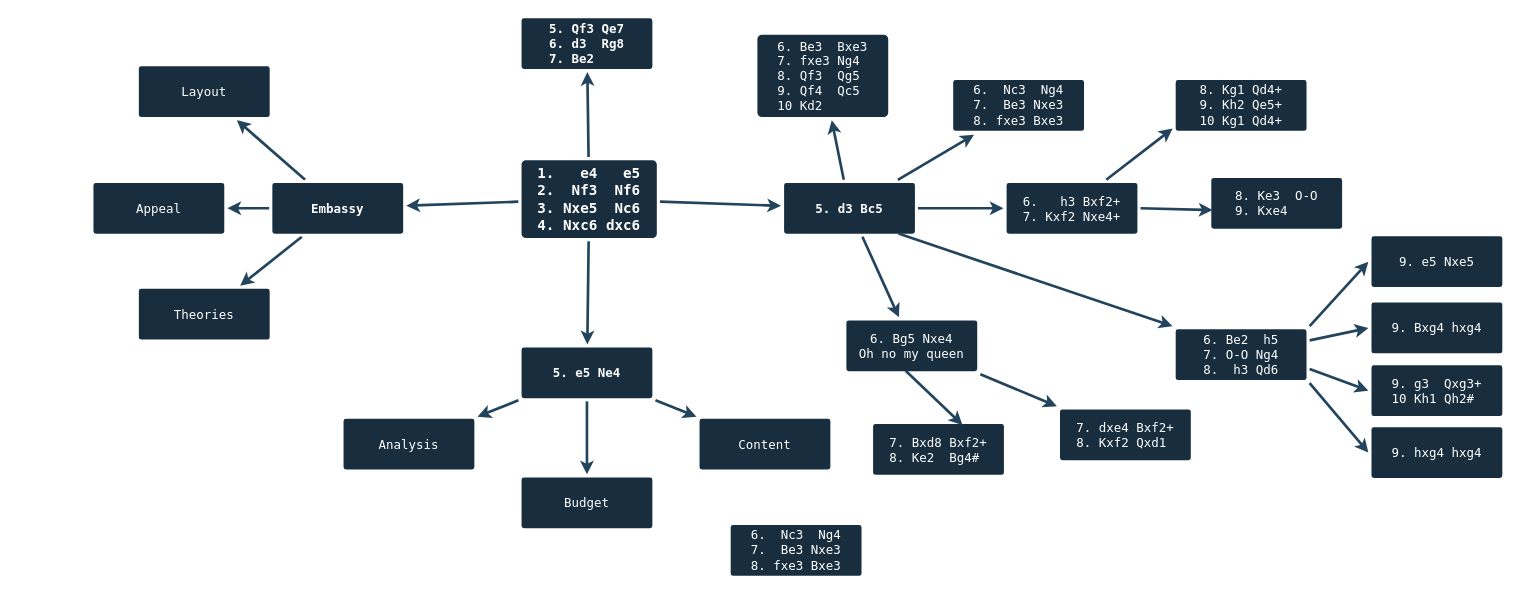
Above: Untitled Diagram.drawio in xetenigune/endothermic-cretoxyrhina (draw.io), before the change. Source tidied: cells renumbered, new cells numbered last; positions are measured from the earlier drawing's top-left corner, leaving out a move shared by most shapes. Both pictures are drawn from the tidied source at 89%, with x=0, y=0 at pixel (92, 16).
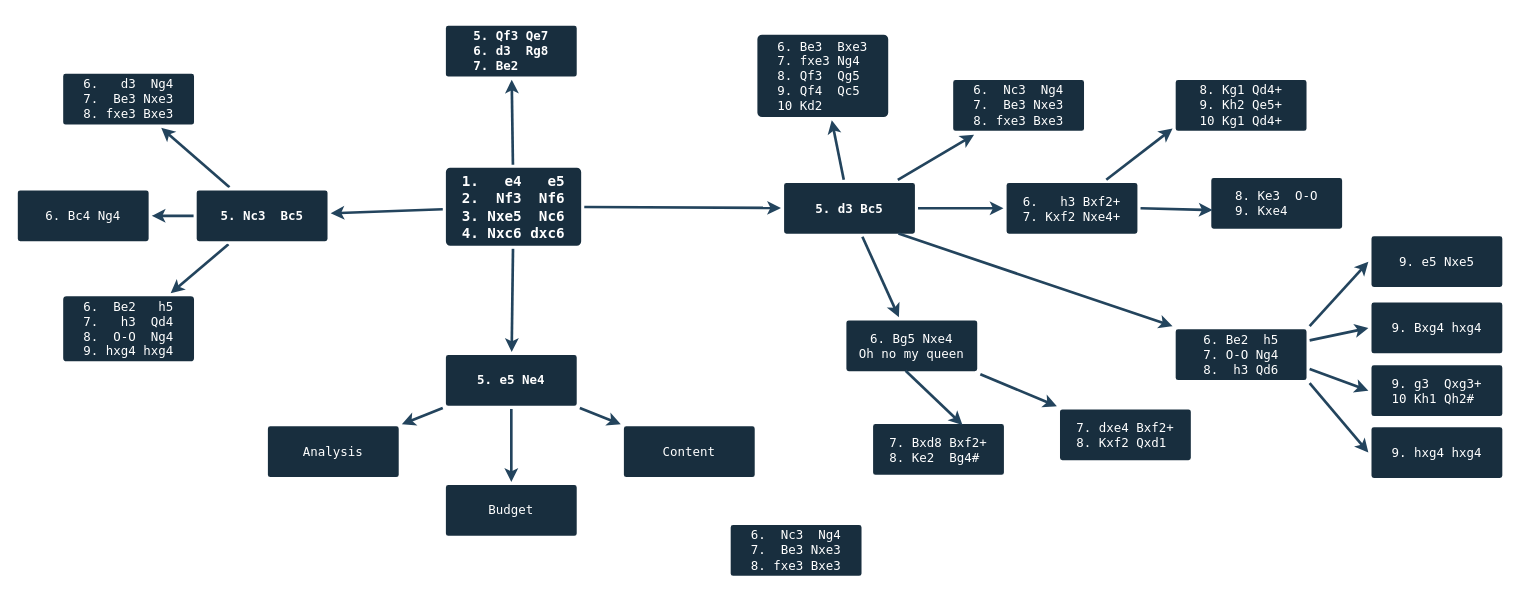
After the change.

Diff of the diagram source:
```diff
@@
     <mxCell id="6" value="&lt;font&gt;1.&amp;nbsp; &amp;nbsp;e4&amp;nbsp; &amp;nbsp;e5&lt;br&gt;2.&amp;nbsp; Nf3&amp;nbsp; Nf6&lt;br&gt;3. Nxe5&amp;nbsp; Nc6&lt;br&gt;4. Nxc6 dxc6&lt;br&gt;&lt;/font&gt;" style="rounded=1;whiteSpace=wrap;html=1;shadow=0;labelBackgroundColor=none;strokeColor=#FFFFFF;strokeWidth=3;fillColor=#182E3E;fontFamily=Lucida Console;fontSize=16;fontColor=#FFFFFF;align=center;fontStyle=1;spacing=5;arcSize=7;perimeterSpacing=2;" parent="1" vertex="1">
-      <mxGeometry x="481" y="160" width="155" height="90.5" as="geometry" />
+      <mxGeometry x="396" y="168.5" width="155" height="90.5" as="geometry" />
     </mxCell>
@@
-    <mxCell id="10" value="Embassy" style="rounded=1;whiteSpace=wrap;html=1;shadow=0;labelBackgroundColor=none;strokeColor=#FFFFFF;strokeWidth=3;fillColor=#182E3E;fontFamily=Lucida Console;fontSize=14;fontColor=#FFFFFF;align=center;spacing=5;fontStyle=1;arcSize=7;perimeterSpacing=2;" parent="1" vertex="1">
-      <mxGeometry x="201" y="185.5" width="150" height="60" as="geometry" />
+    <mxCell id="10" value="5. Nc3&amp;nbsp; Bc5" style="rounded=1;whiteSpace=wrap;html=1;shadow=0;labelBackgroundColor=none;strokeColor=#FFFFFF;strokeWidth=3;fillColor=#182E3E;fontFamily=Lucida Console;fontSize=14;fontColor=#FFFFFF;align=center;spacing=5;fontStyle=1;arcSize=7;perimeterSpacing=2;" parent="1" vertex="1">
+      <mxGeometry x="116" y="194" width="150" height="60" as="geometry" />
     </mxCell>
-    <mxCell id="11" value="Theories" style="rounded=1;whiteSpace=wrap;html=1;shadow=0;labelBackgroundColor=none;strokeColor=#FFFFFF;strokeWidth=3;fillColor=#182E3E;fontFamily=Lucida Console;fontSize=14;fontColor=#FFFFFF;align=center;spacing=5;fontStyle=0;arcSize=7;perimeterSpacing=2;" parent="1" vertex="1">
-      <mxGeometry x="51" y="304.5" width="150" height="60" as="geometry" />
+    <mxCell id="11" value="6.&amp;nbsp; Be2&amp;nbsp; &amp;nbsp;h5&lt;br&gt;7.&amp;nbsp; &amp;nbsp;h3&amp;nbsp; Qd4&lt;br&gt;8.&amp;nbsp; O-O&amp;nbsp; Ng4&lt;br&gt;9. hxg4 hxg4" style="rounded=1;whiteSpace=wrap;html=1;shadow=0;labelBackgroundColor=none;strokeColor=#FFFFFF;strokeWidth=3;fillColor=#182E3E;fontFamily=Lucida Console;fontSize=14;fontColor=#FFFFFF;align=center;spacing=5;fontStyle=0;arcSize=7;perimeterSpacing=2;" parent="1" vertex="1">
+      <mxGeometry x="-34" y="313" width="150" height="76" as="geometry" />
     </mxCell>
-    <mxCell id="12" value="Appeal" style="rounded=1;whiteSpace=wrap;html=1;shadow=0;labelBackgroundColor=none;strokeColor=#FFFFFF;strokeWidth=3;fillColor=#182E3E;fontFamily=Lucida Console;fontSize=14;fontColor=#FFFFFF;align=center;spacing=5;fontStyle=0;arcSize=7;perimeterSpacing=2;" parent="1" vertex="1">
-      <mxGeometry y="185.5" width="150" height="60" as="geometry" />
+    <mxCell id="12" value="6. Bc4 Ng4" style="rounded=1;whiteSpace=wrap;html=1;shadow=0;labelBackgroundColor=none;strokeColor=#FFFFFF;strokeWidth=3;fillColor=#182E3E;fontFamily=Lucida Console;fontSize=14;fontColor=#FFFFFF;align=center;spacing=5;fontStyle=0;arcSize=7;perimeterSpacing=2;" parent="1" vertex="1">
+      <mxGeometry x="-85" y="194" width="150" height="60" as="geometry" />
     </mxCell>
-    <mxCell id="13" value="Layout" style="rounded=1;whiteSpace=wrap;html=1;shadow=0;labelBackgroundColor=none;strokeColor=#FFFFFF;strokeWidth=3;fillColor=#182E3E;fontFamily=Lucida Console;fontSize=14;fontColor=#FFFFFF;align=center;spacing=5;fontStyle=0;arcSize=7;perimeterSpacing=2;" parent="1" vertex="1">
-      <mxGeometry x="51" y="54.5" width="150" height="60" as="geometry" />
+    <mxCell id="13" value="6.&amp;nbsp; &amp;nbsp;d3&amp;nbsp; Ng4&lt;br&gt;7.&amp;nbsp; Be3 Nxe3&lt;br&gt;8. fxe3 Bxe3" style="rounded=1;whiteSpace=wrap;html=1;shadow=0;labelBackgroundColor=none;strokeColor=#FFFFFF;strokeWidth=3;fillColor=#182E3E;fontFamily=Lucida Console;fontSize=14;fontColor=#FFFFFF;align=center;spacing=5;fontStyle=0;arcSize=7;perimeterSpacing=2;" parent="1" vertex="1">
+      <mxGeometry x="-34" y="63" width="150" height="60" as="geometry" />
     </mxCell>
@@
     <mxCell id="17" value="5. e5 Ne4" style="rounded=1;whiteSpace=wrap;html=1;shadow=0;labelBackgroundColor=none;strokeColor=#FFFFFF;strokeWidth=3;fillColor=#182E3E;fontFamily=Lucida Console;fontSize=14;fontColor=#FFFFFF;align=center;spacing=5;fontStyle=1;arcSize=7;perimeterSpacing=2;" parent="1" vertex="1">
-      <mxGeometry x="481" y="370.5" width="150" height="60" as="geometry" />
+      <mxGeometry x="396" y="379" width="150" height="60" as="geometry" />
     </mxCell>
     <mxCell id="18" value="Content" style="rounded=1;whiteSpace=wrap;html=1;shadow=0;labelBackgroundColor=none;strokeColor=#FFFFFF;strokeWidth=3;fillColor=#182E3E;fontFamily=Lucida Console;fontSize=14;fontColor=#FFFFFF;align=center;spacing=5;arcSize=7;perimeterSpacing=2;" parent="1" vertex="1">
-      <mxGeometry x="681" y="450.5" width="150" height="60" as="geometry" />
+      <mxGeometry x="596" y="459" width="150" height="60" as="geometry" />
     </mxCell>
     <mxCell id="19" value="Budget" style="rounded=1;whiteSpace=wrap;html=1;shadow=0;labelBackgroundColor=none;strokeColor=#FFFFFF;strokeWidth=3;fillColor=#182E3E;fontFamily=Lucida Console;fontSize=14;fontColor=#FFFFFF;align=center;spacing=5;arcSize=7;perimeterSpacing=2;" parent="1" vertex="1">
-      <mxGeometry x="481" y="516.5" width="150" height="60" as="geometry" />
+      <mxGeometry x="396" y="525" width="150" height="60" as="geometry" />
     </mxCell>
     <mxCell id="20" value="Analysis" style="rounded=1;whiteSpace=wrap;html=1;shadow=0;labelBackgroundColor=none;strokeColor=#FFFFFF;strokeWidth=3;fillColor=#182E3E;fontFamily=Lucida Console;fontSize=14;fontColor=#FFFFFF;align=center;spacing=5;arcSize=7;perimeterSpacing=2;" parent="1" vertex="1">
-      <mxGeometry x="281" y="450.5" width="150" height="60" as="geometry" />
+      <mxGeometry x="196" y="459" width="150" height="60" as="geometry" />
     </mxCell>
     <mxCell id="21" value="5. Qf3 Qe7&lt;br&gt;6. d3&amp;nbsp; Rg8&lt;br&gt;7. Be2&amp;nbsp; &amp;nbsp;&amp;nbsp;" style="rounded=1;whiteSpace=wrap;html=1;shadow=0;labelBackgroundColor=none;strokeColor=#FFFFFF;strokeWidth=3;fillColor=#182E3E;fontFamily=Lucida Console;fontSize=14;fontColor=#FFFFFF;align=center;spacing=5;fontStyle=1;arcSize=7;perimeterSpacing=2;" parent="1" vertex="1">
-      <mxGeometry x="481" y="0.5" width="150" height="60" as="geometry" />
+      <mxGeometry x="396" y="9" width="150" height="60" as="geometry" />
     </mxCell>
```
